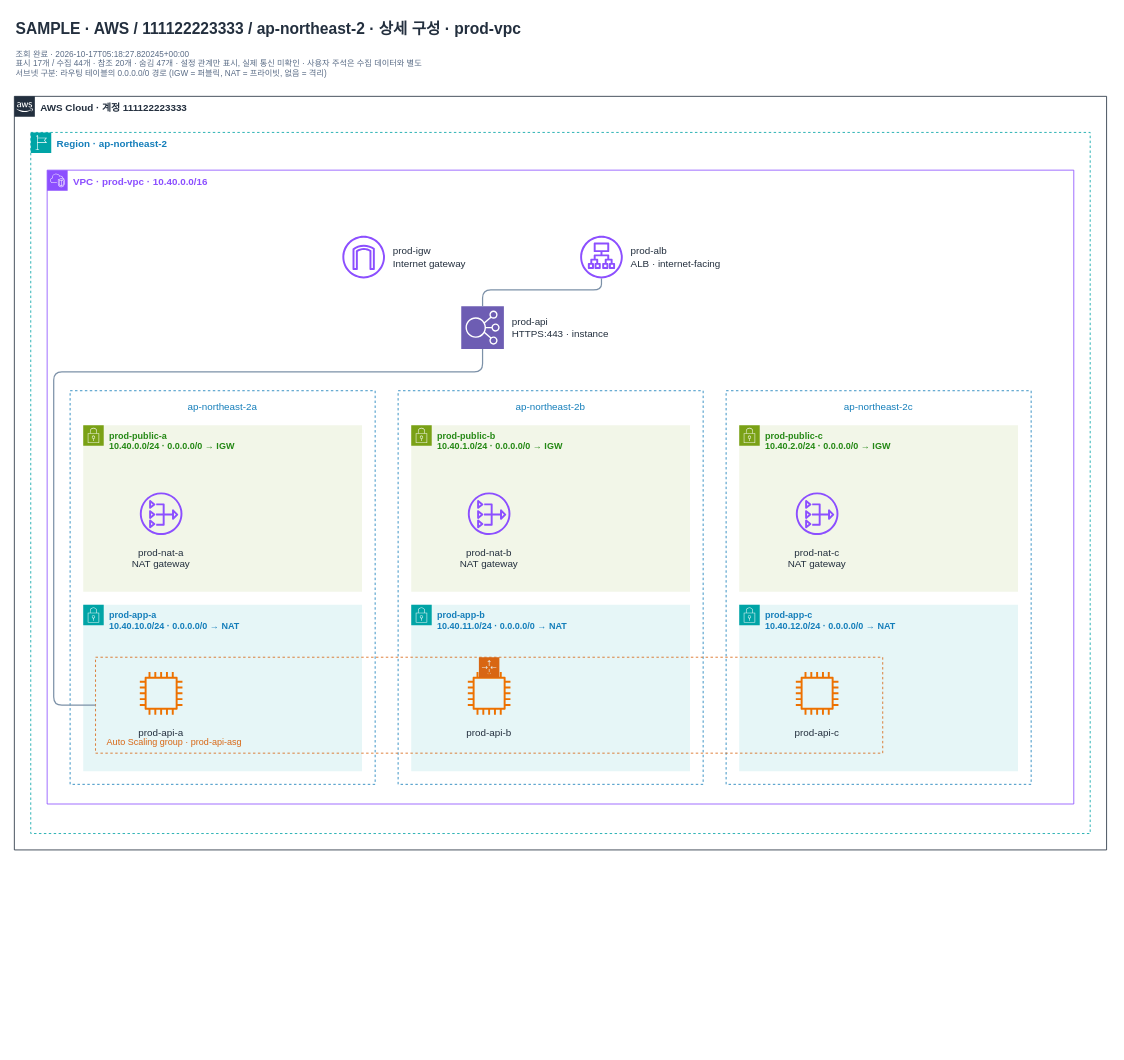
The draw.io diagram page "vpc-prod0000000000004" (2 of 4) of examples/samples/environments/topology.drawio in men16922/diagram-bot, before the edit. Source tidied: cells renumbered, new cells numbered last; positions are measured from the earlier drawing's top-left corner, leaving out a move shared by most shapes. Both pictures are drawn from the tidied source at 82%, with x=0, y=0 at pixel (14, 14).
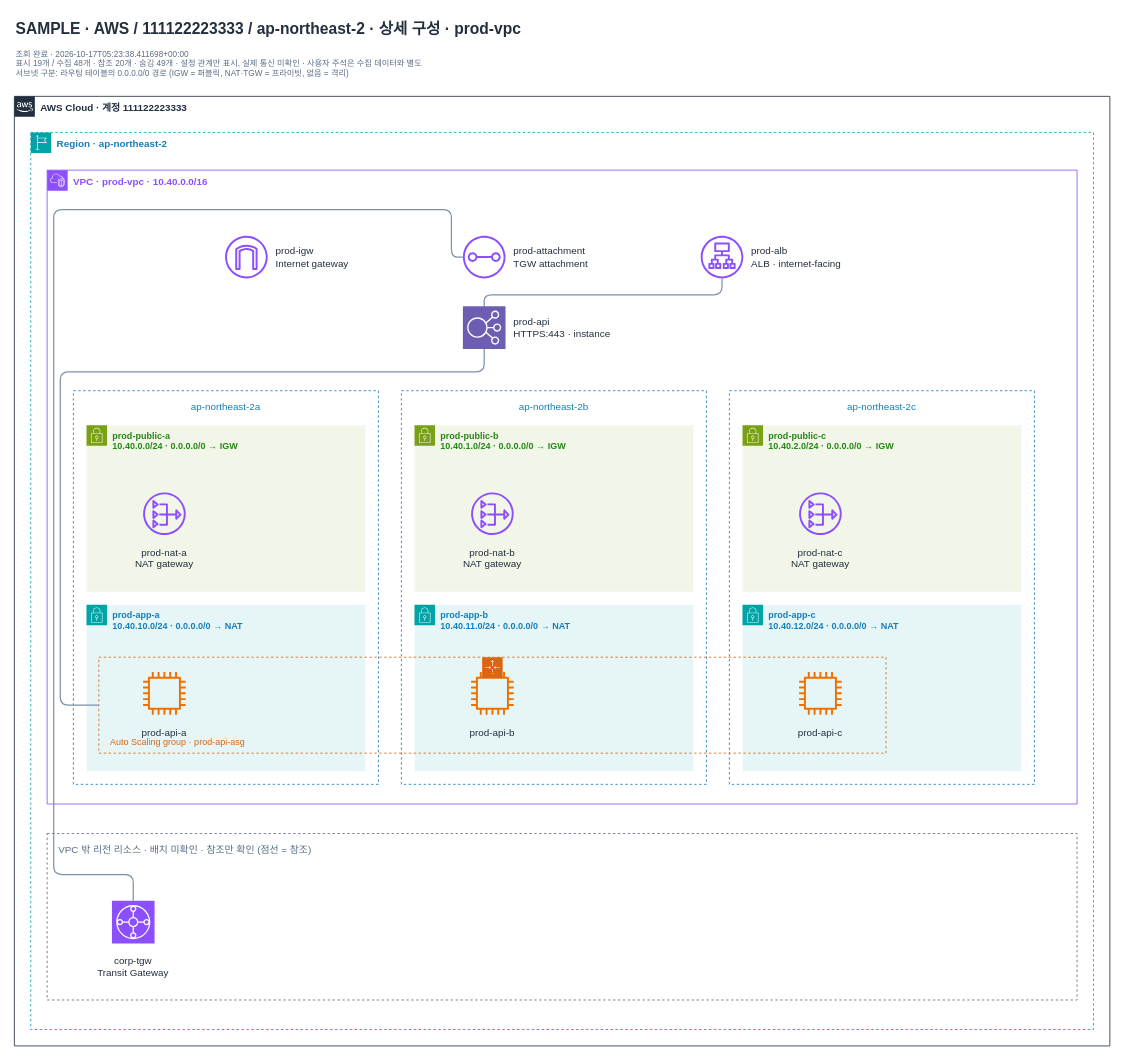
The same page after the edit.

Diff of the diagram source:
```diff
@@
-    <mxCell id="3" value="조회 완료 · 2026-10-17T05:18:27.820245+00:00&#10;표시 17개 / 수집 44개 · 참조 20개 · 숨김 47개 · 설정 관계만 표시, 실제 통신 미확인 · 사용자 주석은 수집 데이터와 별도&#10;서브넷 구분: 라우팅 테이블의 0.0.0.0/0 경로 (IGW = 퍼블릭, NAT = 프라이빗, 없음 = 격리)" style="html=0;fontFamily=Arial;fontSize=12;fontColor=#232F3E;text;align=left;verticalAlign=top;whiteSpace=wrap;fontSize=10;fontColor=#5A6C86;strokeColor=none;fillColor=none;" parent="1" vertex="1">
+    <mxCell id="3" value="조회 완료 · 2026-10-17T05:23:38.411698+00:00&#10;표시 19개 / 수집 48개 · 참조 20개 · 숨김 49개 · 설정 관계만 표시, 실제 통신 미확인 · 사용자 주석은 수집 데이터와 별도&#10;서브넷 구분: 라우팅 테이블의 0.0.0.0/0 경로 (IGW = 퍼블릭, NAT·TGW = 프라이빗, 없음 = 격리)" style="html=0;fontFamily=Arial;fontSize=12;fontColor=#232F3E;text;align=left;verticalAlign=top;whiteSpace=wrap;fontSize=10;fontColor=#5A6C86;strokeColor=none;fillColor=none;" parent="1" vertex="1">
       <mxGeometry y="36" width="960" height="42" as="geometry" />
     </mxCell>
     <mxCell id="4" value="AWS Cloud · 계정 111122223333" style="html=0;fontFamily=Arial;fontSize=12;fontColor=#232F3E;gradientColor=none;whiteSpace=wrap;fontStyle=1;shape=mxgraph.aws4.group;verticalAlign=top;align=left;spacingLeft=30;grIcon=mxgraph.aws4.group_aws_cloud_alt;strokeColor=#232F3E;fillColor=none;fontColor=#232F3E;dashed=0;" parent="1" vertex="1">
-      <mxGeometry y="100" width="1332" height="919" as="geometry" />
+      <mxGeometry y="100" width="1336" height="1158" as="geometry" />
     </mxCell>
     <mxCell id="5" value="Region · ap-northeast-2" style="html=0;fontFamily=Arial;fontSize=12;fontColor=#232F3E;gradientColor=none;whiteSpace=wrap;fontStyle=1;shape=mxgraph.aws4.group;verticalAlign=top;align=left;spacingLeft=30;grIcon=mxgraph.aws4.group_region;strokeColor=#00A4A6;fillColor=none;fontColor=#147EBA;dashed=1;" parent="4" vertex="1">
-      <mxGeometry x="20" y="44" width="1292" height="855" as="geometry" />
+      <mxGeometry x="20" y="44" width="1296" height="1094" as="geometry" />
     </mxCell>
     <mxCell id="6" value="VPC  ·  prod-vpc  ·  10.40.0.0/16" style="html=0;fontFamily=Arial;fontSize=12;fontColor=#232F3E;gradientColor=none;whiteSpace=wrap;fontStyle=1;shape=mxgraph.aws4.group;verticalAlign=top;align=left;spacingLeft=30;grIcon=mxgraph.aws4.group_vpc2;strokeColor=#8C4FFF;fillColor=none;fontColor=#8C4FFF;dashed=0;" parent="5" vertex="1">
-      <mxGeometry x="20" y="46" width="1252" height="773" as="geometry" />
+      <mxGeometry x="20" y="46" width="1256" height="773" as="geometry" />
     </mxCell>
     <mxCell id="7" value="prod-igw&#10;Internet gateway" style="html=0;fontFamily=Arial;fontSize=12;fontColor=#232F3E;whiteSpace=wrap;labelWidth=170;labelPosition=right;verticalLabelPosition=middle;align=left;verticalAlign=middle;spacingLeft=8;shape=mxgraph.aws4.internet_gateway;fillColor=#8C4FFF;strokeColor=none;gradientColor=none;" parent="6" vertex="1">
-      <mxGeometry x="360" y="80" width="52" height="52" as="geometry" />
+      <mxGeometry x="217" y="80" width="52" height="52" as="geometry" />
     </mxCell>
+    <mxCell id="28" value="prod-attachment&#10;TGW attachment" style="html=0;fontFamily=Arial;fontSize=12;fontColor=#232F3E;whiteSpace=wrap;labelWidth=170;labelPosition=right;verticalLabelPosition=middle;align=left;verticalAlign=middle;spacingLeft=8;shape=mxgraph.aws4.transit_gateway_attachment;fillColor=#8C4FFF;strokeColor=none;gradientColor=none;outlineConnect=0;" parent="6" vertex="1">
+      <mxGeometry x="507" y="80" width="52" height="52" as="geometry" />
+    </mxCell>
     <mxCell id="8" value="prod-alb&#10;ALB · internet-facing" style="html=0;fontFamily=Arial;fontSize=12;fontColor=#232F3E;whiteSpace=wrap;labelWidth=170;labelPosition=right;verticalLabelPosition=middle;align=left;verticalAlign=middle;spacingLeft=8;shape=mxgraph.aws4.application_load_balancer;fillColor=#8C4FFF;strokeColor=none;gradientColor=none;outlineConnect=0;" parent="6" vertex="1">
-      <mxGeometry x="650" y="80" width="52" height="52" as="geometry" />
+      <mxGeometry x="797" y="80" width="52" height="52" as="geometry" />
     </mxCell>
     <mxCell id="9" value="prod-api&#10;HTTPS:443 · instance" style="html=0;fontFamily=Arial;fontSize=12;fontColor=#232F3E;whiteSpace=wrap;labelWidth=170;labelPosition=right;verticalLabelPosition=middle;align=left;verticalAlign=middle;spacingLeft=8;shape=mxgraph.aws4.resourceIcon;resIcon=mxgraph.aws4.elastic_load_balancing;fillColor=#6D5DB3;strokeColor=#FFFFFF;gradientColor=none;" parent="6" vertex="1">
-      <mxGeometry x="505" y="166" width="52" height="52" as="geometry" />
+      <mxGeometry x="507" y="166" width="52" height="52" as="geometry" />
     </mxCell>
     <mxCell id="10" value="ap-northeast-2a" style="html=0;fontFamily=Arial;fontSize=12;fontColor=#232F3E;whiteSpace=wrap;verticalAlign=top;fontStyle=0;fillColor=none;strokeColor=#147EBA;dashed=1;fontColor=#147EBA;align=center;spacingTop=6;" parent="6" vertex="1">
-      <mxGeometry x="28" y="269" width="372" height="480" as="geometry" />
+      <mxGeometry x="32" y="269" width="372" height="480" as="geometry" />
     </mxCell>
@@
     <mxCell id="15" value="ap-northeast-2b" style="html=0;fontFamily=Arial;fontSize=12;fontColor=#232F3E;whiteSpace=wrap;verticalAlign=top;fontStyle=0;fillColor=none;strokeColor=#147EBA;dashed=1;fontColor=#147EBA;align=center;spacingTop=6;" parent="6" vertex="1">
-      <mxGeometry x="428" y="269" width="372" height="480" as="geometry" />
+      <mxGeometry x="432" y="269" width="372" height="480" as="geometry" />
     </mxCell>
@@
     <mxCell id="20" value="ap-northeast-2c" style="html=0;fontFamily=Arial;fontSize=12;fontColor=#232F3E;whiteSpace=wrap;verticalAlign=top;fontStyle=0;fillColor=none;strokeColor=#147EBA;dashed=1;fontColor=#147EBA;align=center;spacingTop=6;" parent="6" vertex="1">
-      <mxGeometry x="828" y="269" width="372" height="480" as="geometry" />
+      <mxGeometry x="832" y="269" width="372" height="480" as="geometry" />
     </mxCell>
@@
     <mxCell id="25" value="Auto Scaling group · prod-api-asg" style="html=0;fontFamily=Arial;fontSize=12;fontColor=#232F3E;outlineConnect=0;gradientColor=none;whiteSpace=wrap;shape=mxgraph.aws4.groupCenter;grIcon=mxgraph.aws4.group_auto_scaling_group;grStroke=1;strokeColor=#D86613;fillColor=none;fontColor=#D86613;dashed=1;align=left;spacingLeft=12;verticalAlign=bottom;spacingBottom=4;fontSize=11;" parent="6" vertex="1">
-      <mxGeometry x="59" y="594" width="960" height="117" as="geometry" />
+      <mxGeometry x="63" y="594" width="960" height="117" as="geometry" />
     </mxCell>
+    <mxCell id="29" value="VPC 밖 리전 리소스 · 배치 미확인 · 참조만 확인 (점선 = 참조)" style="html=0;fontFamily=Arial;fontSize=12;fontColor=#232F3E;whiteSpace=wrap;verticalAlign=top;fontStyle=0;fillColor=none;strokeColor=#5A6C86;dashed=1;fontColor=#5A6C86;align=left;spacingLeft=12;spacingTop=6;" parent="5" vertex="1">
+      <mxGeometry x="20" y="855" width="1256" height="203" as="geometry" />
+    </mxCell>
+    <mxCell id="30" value="corp-tgw&#10;Transit Gateway" style="html=0;fontFamily=Arial;fontSize=12;fontColor=#232F3E;whiteSpace=wrap;labelWidth=140;align=center;verticalLabelPosition=bottom;verticalAlign=top;spacingTop=8;shape=mxgraph.aws4.resourceIcon;resIcon=mxgraph.aws4.transit_gateway;fillColor=#8C4FFF;strokeColor=#FFFFFF;gradientColor=none;" parent="29" vertex="1">
+      <mxGeometry x="79" y="82" width="52" height="52" as="geometry" />
+    </mxCell>
     <mxCell id="26" style="exitX=0;exitY=0.500;entryX=0.5;entryY=1;edgeStyle=orthogonalEdgeStyle;rounded=1;html=0;fontFamily=Arial;fontSize=9;fontColor=#536A82;strokeColor=#7C91A8;strokeWidth=1.5;endArrow=none;labelBackgroundColor=#FFFFFF;" parent="1" edge="1" source="25" target="9">
       <mxGeometry relative="1" as="geometry">
         <Array as="points">
-          <mxPoint x="48" y="842.5" />
-          <mxPoint x="48" y="436" />
-          <mxPoint x="571" y="436" />
+          <mxPoint x="56" y="842.5" />
+          <mxPoint x="56" y="436" />
+          <mxPoint x="573" y="436" />
         </Array>
       </mxGeometry>
     </mxCell>
     <mxCell id="27" style="exitX=0.5;exitY=0;entryX=0.5;entryY=1;edgeStyle=orthogonalEdgeStyle;rounded=1;html=0;fontFamily=Arial;fontSize=9;fontColor=#536A82;strokeColor=#7C91A8;strokeWidth=1.5;endArrow=none;labelBackgroundColor=#FFFFFF;" parent="1" edge="1" source="9" target="8">
       <mxGeometry relative="1" as="geometry">
         <Array as="points">
-          <mxPoint x="571" y="336" />
-          <mxPoint x="716" y="336" />
+          <mxPoint x="573" y="342" />
+          <mxPoint x="863" y="342" />
         </Array>
       </mxGeometry>
     </mxCell>
+    <mxCell id="31" style="exitX=0;exitY=0.500;entryX=0.500;entryY=0;edgeStyle=orthogonalEdgeStyle;rounded=1;html=0;fontFamily=Arial;fontSize=9;fontColor=#536A82;strokeColor=#7C91A8;strokeWidth=1.5;endArrow=none;labelBackgroundColor=#FFFFFF;" parent="1" edge="1" source="28" target="30">
+      <mxGeometry relative="1" as="geometry">
+        <Array as="points">
+          <mxPoint x="533" y="296" />
+          <mxPoint x="533" y="238" />
+          <mxPoint x="48" y="238" />
+          <mxPoint x="48" y="1049" />
+          <mxPoint x="145" y="1049" />
+        </Array>
+      </mxGeometry>
+    </mxCell>
```
